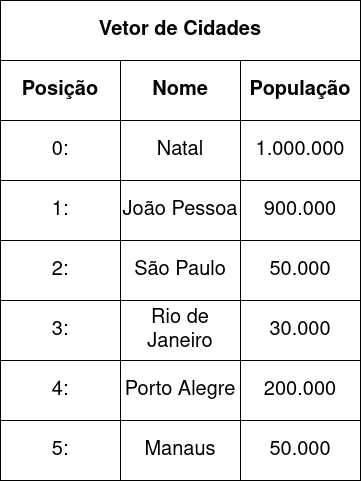
Before: docs/21-aplicacoes/img/cidades.png, a diagram exported from draw.io (ect-comp/lip). Source tidied: cells renumbered, new cells last; positions are measured from the earlier drawing's top-left corner, leaving out a move shared by most shapes. The source it was exported from:
```xml
<mxGraphModel background="#ffffff">
  <root>
    <mxCell id="0" />
    <mxCell id="1" parent="0" />
    <mxCell id="2" value="Vetor de Cidades" style="whiteSpace=wrap;html=1;fillColor=#ffffff;fontSize=20;strokeColor=#000000;fontStyle=1;" parent="1" vertex="1">
      <mxGeometry width="360" height="60" as="geometry" />
    </mxCell>
    <mxCell id="3" value="Nome" style="whiteSpace=wrap;html=1;fillColor=#ffffff;fontSize=20;strokeColor=#000000;fontStyle=1;" parent="1" vertex="1">
      <mxGeometry x="120" y="60" width="120" height="60" as="geometry" />
    </mxCell>
    <mxCell id="4" value="População" style="whiteSpace=wrap;html=1;fillColor=#ffffff;fontSize=20;strokeColor=#000000;fontStyle=1;" parent="1" vertex="1">
      <mxGeometry x="240" y="60" width="120" height="60" as="geometry" />
    </mxCell>
    <mxCell id="5" value="João Pessoa" style="whiteSpace=wrap;html=1;fillColor=#ffffff;fontSize=20;strokeColor=#000000;" parent="1" vertex="1">
      <mxGeometry x="120" y="180" width="120" height="60" as="geometry" />
    </mxCell>
    <mxCell id="6" value="São Paulo" style="whiteSpace=wrap;html=1;fillColor=#ffffff;fontSize=20;strokeColor=#000000;" parent="1" vertex="1">
      <mxGeometry x="120" y="240" width="120" height="60" as="geometry" />
    </mxCell>
    <mxCell id="7" value="Rio de Janeiro" style="whiteSpace=wrap;html=1;fillColor=#ffffff;fontSize=20;strokeColor=#000000;" parent="1" vertex="1">
      <mxGeometry x="120" y="300" width="120" height="60" as="geometry" />
    </mxCell>
    <mxCell id="8" value="Porto Alegre" style="whiteSpace=wrap;html=1;fillColor=#ffffff;fontSize=20;strokeColor=#000000;" parent="1" vertex="1">
      <mxGeometry x="120" y="360" width="120" height="60" as="geometry" />
    </mxCell>
    <mxCell id="9" value="Manaus" style="whiteSpace=wrap;html=1;fillColor=#ffffff;fontSize=20;strokeColor=#000000;" parent="1" vertex="1">
      <mxGeometry x="120" y="420" width="120" height="60" as="geometry" />
    </mxCell>
    <mxCell id="10" value="900.000" style="whiteSpace=wrap;html=1;fillColor=#ffffff;fontSize=20;strokeColor=#000000;" parent="1" vertex="1">
      <mxGeometry x="240" y="180" width="120" height="60" as="geometry" />
    </mxCell>
    <mxCell id="11" value="50.000" style="whiteSpace=wrap;html=1;fillColor=#ffffff;fontSize=20;strokeColor=#000000;" parent="1" vertex="1">
      <mxGeometry x="240" y="240" width="120" height="60" as="geometry" />
    </mxCell>
    <mxCell id="12" value="30.000" style="whiteSpace=wrap;html=1;fillColor=#ffffff;fontSize=20;strokeColor=#000000;" parent="1" vertex="1">
      <mxGeometry x="240" y="300" width="120" height="60" as="geometry" />
    </mxCell>
    <mxCell id="13" value="200.000" style="whiteSpace=wrap;html=1;fillColor=#ffffff;fontSize=20;strokeColor=#000000;" parent="1" vertex="1">
      <mxGeometry x="240" y="360" width="120" height="60" as="geometry" />
    </mxCell>
    <mxCell id="14" value="50.000" style="whiteSpace=wrap;html=1;fillColor=#ffffff;fontSize=20;strokeColor=#000000;" parent="1" vertex="1">
      <mxGeometry x="240" y="420" width="120" height="60" as="geometry" />
    </mxCell>
    <mxCell id="15" value="0:" style="whiteSpace=wrap;html=1;fillColor=#ffffff;fontSize=20;strokeColor=#000000;" parent="1" vertex="1">
      <mxGeometry y="120" width="120" height="60" as="geometry" />
    </mxCell>
    <mxCell id="16" value="1:" style="whiteSpace=wrap;html=1;fillColor=#ffffff;fontSize=20;strokeColor=#000000;" parent="1" vertex="1">
      <mxGeometry y="180" width="120" height="60" as="geometry" />
    </mxCell>
    <mxCell id="17" value="2:" style="whiteSpace=wrap;html=1;fillColor=#ffffff;fontSize=20;strokeColor=#000000;" parent="1" vertex="1">
      <mxGeometry y="240" width="120" height="60" as="geometry" />
    </mxCell>
    <mxCell id="18" value="3:" style="whiteSpace=wrap;html=1;fillColor=#ffffff;fontSize=20;strokeColor=#000000;" parent="1" vertex="1">
      <mxGeometry y="300" width="120" height="60" as="geometry" />
    </mxCell>
    <mxCell id="19" value="4:" style="whiteSpace=wrap;html=1;fillColor=#ffffff;fontSize=20;strokeColor=#000000;" parent="1" vertex="1">
      <mxGeometry y="360" width="120" height="60" as="geometry" />
    </mxCell>
    <mxCell id="20" value="5:" style="whiteSpace=wrap;html=1;fillColor=#ffffff;fontSize=20;strokeColor=#000000;" parent="1" vertex="1">
      <mxGeometry y="420" width="120" height="60" as="geometry" />
    </mxCell>
    <mxCell id="21" value="Natal" style="whiteSpace=wrap;html=1;fillColor=#ffffff;fontSize=20;strokeColor=#000000;" parent="1" vertex="1">
      <mxGeometry x="120" y="120" width="120" height="60" as="geometry" />
    </mxCell>
    <mxCell id="22" value="1.000.000" style="whiteSpace=wrap;html=1;fillColor=#ffffff;fontSize=20;strokeColor=#000000;" parent="1" vertex="1">
      <mxGeometry x="240" y="120" width="120" height="60" as="geometry" />
    </mxCell>
    <mxCell id="23" value="Posição" style="whiteSpace=wrap;html=1;fillColor=#ffffff;fontSize=20;strokeColor=#000000;fontStyle=1;" parent="1" vertex="1">
      <mxGeometry y="60" width="120" height="60" as="geometry" />
    </mxCell>
  </root>
</mxGraphModel>
```
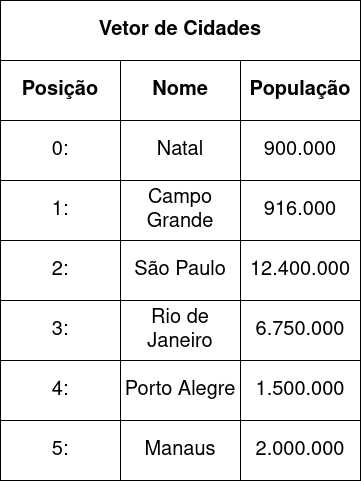
The same diagram one commit later.

What changed in the source:
```diff
@@ -11,7 +11,7 @@
     <mxCell id="4" value="População" style="whiteSpace=wrap;html=1;fillColor=#ffffff;fontSize=20;strokeColor=#000000;fontStyle=1;" parent="1" vertex="1">
       <mxGeometry x="240" y="60" width="120" height="60" as="geometry" />
     </mxCell>
-    <mxCell id="5" value="João Pessoa" style="whiteSpace=wrap;html=1;fillColor=#ffffff;fontSize=20;strokeColor=#000000;" parent="1" vertex="1">
+    <mxCell id="5" value="Campo Grande" style="whiteSpace=wrap;html=1;fillColor=#ffffff;fontSize=20;strokeColor=#000000;" parent="1" vertex="1">
       <mxGeometry x="120" y="180" width="120" height="60" as="geometry" />
     </mxCell>
     <mxCell id="6" value="São Paulo" style="whiteSpace=wrap;html=1;fillColor=#ffffff;fontSize=20;strokeColor=#000000;" parent="1" vertex="1">
@@ -26,19 +26,19 @@
     <mxCell id="9" value="Manaus" style="whiteSpace=wrap;html=1;fillColor=#ffffff;fontSize=20;strokeColor=#000000;" parent="1" vertex="1">
       <mxGeometry x="120" y="420" width="120" height="60" as="geometry" />
     </mxCell>
-    <mxCell id="10" value="900.000" style="whiteSpace=wrap;html=1;fillColor=#ffffff;fontSize=20;strokeColor=#000000;" parent="1" vertex="1">
+    <mxCell id="10" value="916.000" style="whiteSpace=wrap;html=1;fillColor=#ffffff;fontSize=20;strokeColor=#000000;" parent="1" vertex="1">
       <mxGeometry x="240" y="180" width="120" height="60" as="geometry" />
     </mxCell>
-    <mxCell id="11" value="50.000" style="whiteSpace=wrap;html=1;fillColor=#ffffff;fontSize=20;strokeColor=#000000;" parent="1" vertex="1">
+    <mxCell id="11" value="12.400.000" style="whiteSpace=wrap;html=1;fillColor=#ffffff;fontSize=20;strokeColor=#000000;" parent="1" vertex="1">
       <mxGeometry x="240" y="240" width="120" height="60" as="geometry" />
     </mxCell>
-    <mxCell id="12" value="30.000" style="whiteSpace=wrap;html=1;fillColor=#ffffff;fontSize=20;strokeColor=#000000;" parent="1" vertex="1">
+    <mxCell id="12" value="6.750.000" style="whiteSpace=wrap;html=1;fillColor=#ffffff;fontSize=20;strokeColor=#000000;" parent="1" vertex="1">
       <mxGeometry x="240" y="300" width="120" height="60" as="geometry" />
     </mxCell>
-    <mxCell id="13" value="200.000" style="whiteSpace=wrap;html=1;fillColor=#ffffff;fontSize=20;strokeColor=#000000;" parent="1" vertex="1">
+    <mxCell id="13" value="1.500.000" style="whiteSpace=wrap;html=1;fillColor=#ffffff;fontSize=20;strokeColor=#000000;" parent="1" vertex="1">
       <mxGeometry x="240" y="360" width="120" height="60" as="geometry" />
     </mxCell>
-    <mxCell id="14" value="50.000" style="whiteSpace=wrap;html=1;fillColor=#ffffff;fontSize=20;strokeColor=#000000;" parent="1" vertex="1">
+    <mxCell id="14" value="2.000.000" style="whiteSpace=wrap;html=1;fillColor=#ffffff;fontSize=20;strokeColor=#000000;" parent="1" vertex="1">
       <mxGeometry x="240" y="420" width="120" height="60" as="geometry" />
     </mxCell>
     <mxCell id="15" value="0:" style="whiteSpace=wrap;html=1;fillColor=#ffffff;fontSize=20;strokeColor=#000000;" parent="1" vertex="1">
@@ -62,7 +62,7 @@
     <mxCell id="21" value="Natal" style="whiteSpace=wrap;html=1;fillColor=#ffffff;fontSize=20;strokeColor=#000000;" parent="1" vertex="1">
       <mxGeometry x="120" y="120" width="120" height="60" as="geometry" />
     </mxCell>
-    <mxCell id="22" value="1.000.000" style="whiteSpace=wrap;html=1;fillColor=#ffffff;fontSize=20;strokeColor=#000000;" parent="1" vertex="1">
+    <mxCell id="22" value="900.000" style="whiteSpace=wrap;html=1;fillColor=#ffffff;fontSize=20;strokeColor=#000000;" parent="1" vertex="1">
       <mxGeometry x="240" y="120" width="120" height="60" as="geometry" />
     </mxCell>
     <mxCell id="23" value="Posição" style="whiteSpace=wrap;html=1;fillColor=#ffffff;fontSize=20;strokeColor=#000000;fontStyle=1;" parent="1" vertex="1">
```
